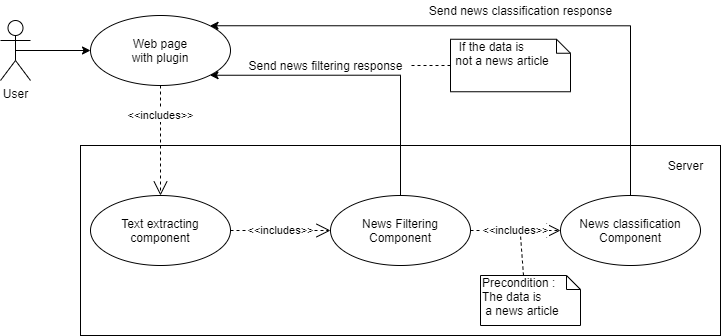
The draw.io diagram Diagrams/Fake news - use case diagram/Fake news - use case diagram.png in CDU55/FakeNews, before a commit. Source tidied: cells renumbered, new cells last; positions are measured from the earlier drawing's top-left corner, leaving out a move shared by most shapes. Its diagram source:
```xml
<mxGraphModel>
  <root>
    <mxCell id="0" />
    <mxCell id="1" parent="0" />
    <mxCell id="2" style="html=1;" parent="1" vertex="1">
      <mxGeometry x="80" y="145" width="640" height="190" as="geometry" />
    </mxCell>
    <mxCell id="3" value="User" style="shape=umlActor;verticalLabelPosition=bottom;verticalAlign=top;html=1;" parent="1" vertex="1">
      <mxGeometry y="20" width="30" height="60" as="geometry" />
    </mxCell>
    <mxCell id="4" style="endArrow=classic;html=1;entryX=0;entryY=0.5;entryDx=0;entryDy=0;exitX=0.5;exitY=0.5;exitDx=0;exitDy=0;exitPerimeter=0;" parent="1" edge="1" source="3" target="5">
      <mxGeometry relative="1" as="geometry" />
    </mxCell>
    <mxCell id="5" value="Web page&lt;br&gt;with plugin" style="ellipse;whiteSpace=wrap;html=1;" parent="1" vertex="1">
      <mxGeometry x="90" y="15" width="140" height="70" as="geometry" />
    </mxCell>
    <mxCell id="6" value="Text extracting component" style="ellipse;whiteSpace=wrap;html=1;" parent="1" vertex="1">
      <mxGeometry x="90" y="195" width="140" height="70" as="geometry" />
    </mxCell>
    <mxCell id="7" style="edgeStyle=orthogonalEdgeStyle;rounded=0;jettySize=auto;html=1;entryX=1;entryY=1;entryDx=0;entryDy=0;exitX=0.5;exitY=0;exitDx=0;exitDy=0;" parent="1" edge="1" source="8" target="5">
      <mxGeometry relative="1" as="geometry">
        <Array as="points">
          <mxPoint x="400" y="75" />
        </Array>
      </mxGeometry>
    </mxCell>
    <mxCell id="8" value="News Filtering&lt;br&gt;Component" style="ellipse;whiteSpace=wrap;html=1;" parent="1" vertex="1">
      <mxGeometry x="330" y="195" width="140" height="70" as="geometry" />
    </mxCell>
    <mxCell id="9" style="edgeStyle=orthogonalEdgeStyle;rounded=0;jettySize=auto;html=1;entryX=1;entryY=0;entryDx=0;entryDy=0;exitX=0.5;exitY=0;exitDx=0;exitDy=0;" parent="1" edge="1" source="10" target="5">
      <mxGeometry relative="1" as="geometry">
        <Array as="points">
          <mxPoint x="630" y="25" />
        </Array>
      </mxGeometry>
    </mxCell>
    <mxCell id="10" value="News classification&lt;br&gt;Component" style="ellipse;whiteSpace=wrap;html=1;" parent="1" vertex="1">
      <mxGeometry x="560" y="195" width="140" height="70" as="geometry" />
    </mxCell>
    <mxCell id="11" value="&amp;lt;&amp;lt;includes&amp;gt;&amp;gt;" style="endArrow=open;endSize=12;dashed=1;html=1;exitX=0.5;exitY=1;exitDx=0;exitDy=0;" parent="1" edge="1" source="5" target="6">
      <mxGeometry x="-0.45" relative="1" as="geometry" />
    </mxCell>
    <mxCell id="12" value="&amp;lt;&amp;lt;includes&amp;gt;&amp;gt;" style="endArrow=open;endSize=12;dashed=1;html=1;exitX=1;exitY=0.5;exitDx=0;exitDy=0;entryX=0;entryY=0.5;entryDx=0;entryDy=0;" parent="1" edge="1" source="6" target="8">
      <mxGeometry relative="1" as="geometry" />
    </mxCell>
    <mxCell id="13" value="&amp;lt;&amp;lt;includes&amp;gt;&amp;gt;" style="endArrow=open;endSize=12;dashed=1;html=1;exitX=1;exitY=0.5;exitDx=0;exitDy=0;entryX=0;entryY=0.5;entryDx=0;entryDy=0;" parent="1" edge="1" source="8" target="10">
      <mxGeometry relative="1" as="geometry" />
    </mxCell>
    <mxCell id="14" value="Server" style="text;html=1;align=center;verticalAlign=middle;" parent="1" vertex="1">
      <mxGeometry x="660" y="155" width="50" height="20" as="geometry" />
    </mxCell>
    <mxCell id="15" value="Send news classification response" style="text;html=1;align=center;verticalAlign=middle;" parent="1" vertex="1">
      <mxGeometry x="420" width="200" height="20" as="geometry" />
    </mxCell>
    <mxCell id="16" value="Send news filtering response" style="text;html=1;align=center;verticalAlign=middle;points=[];" parent="1" vertex="1">
      <mxGeometry x="240" y="55" width="170" height="20" as="geometry" />
    </mxCell>
    <mxCell id="17" value="Precondition :&amp;nbsp;&lt;br&gt;&lt;span style=&quot;text-align: center&quot;&gt;The data is&lt;/span&gt;&lt;br style=&quot;text-align: center&quot;&gt;&lt;span style=&quot;text-align: center&quot;&gt;&amp;nbsp;a news article&lt;/span&gt;" style="shape=note;whiteSpace=wrap;html=1;size=14;verticalAlign=top;align=left;spacingTop=-6;" parent="1" vertex="1">
      <mxGeometry x="480" y="275" width="100" height="50" as="geometry" />
    </mxCell>
    <mxCell id="18" style="endArrow=none;dashed=1;html=1;exitX=0;exitY=0;exitDx=43;exitDy=0;exitPerimeter=0;" parent="1" edge="1" source="17">
      <mxGeometry relative="1" as="geometry">
        <mxPoint x="520" y="235" as="targetPoint" />
      </mxGeometry>
    </mxCell>
    <mxCell id="19" value="&amp;nbsp; If the data is&lt;br&gt;&amp;nbsp;not a news article" style="shape=note;whiteSpace=wrap;html=1;size=14;verticalAlign=top;align=left;spacingTop=-6;" parent="1" vertex="1">
      <mxGeometry x="450" y="38.8" width="120" height="52.5" as="geometry" />
    </mxCell>
    <mxCell id="20" style="endArrow=none;dashed=1;html=1;exitX=0;exitY=0.5;exitDx=0;exitDy=0;exitPerimeter=0;" parent="1" edge="1" source="19" target="16">
      <mxGeometry relative="1" as="geometry" />
    </mxCell>
  </root>
</mxGraphModel>
```
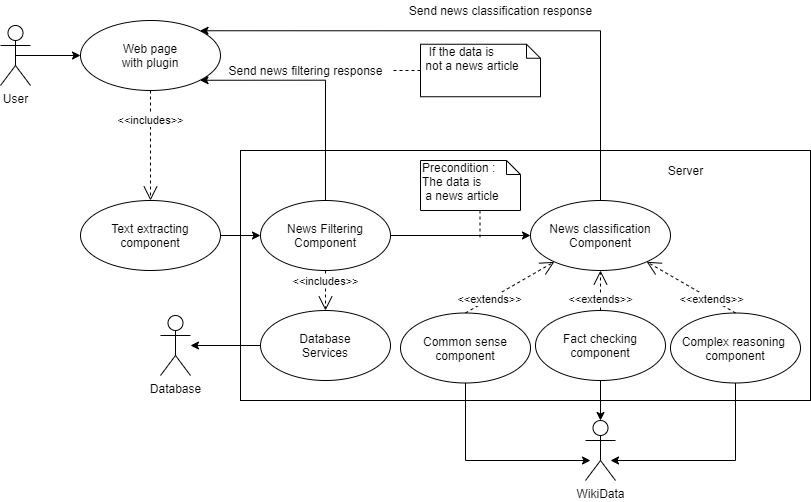
Later version of the same file.

Diff of the diagram source:
```diff
@@ -3,71 +3,124 @@
     <mxCell id="0" />
     <mxCell id="1" parent="0" />
     <mxCell id="2" style="html=1;" parent="1" vertex="1">
-      <mxGeometry x="80" y="145" width="640" height="190" as="geometry" />
+      <mxGeometry x="220" y="145" width="570" height="250" as="geometry" />
     </mxCell>
     <mxCell id="3" value="User" style="shape=umlActor;verticalLabelPosition=bottom;verticalAlign=top;html=1;" parent="1" vertex="1">
-      <mxGeometry y="20" width="30" height="60" as="geometry" />
+      <mxGeometry x="-20" y="20" width="30" height="60" as="geometry" />
     </mxCell>
     <mxCell id="4" style="endArrow=classic;html=1;entryX=0;entryY=0.5;entryDx=0;entryDy=0;exitX=0.5;exitY=0.5;exitDx=0;exitDy=0;exitPerimeter=0;" parent="1" edge="1" source="3" target="5">
       <mxGeometry relative="1" as="geometry" />
     </mxCell>
     <mxCell id="5" value="Web page&lt;br&gt;with plugin" style="ellipse;whiteSpace=wrap;html=1;" parent="1" vertex="1">
-      <mxGeometry x="90" y="15" width="140" height="70" as="geometry" />
+      <mxGeometry x="60" y="15" width="140" height="70" as="geometry" />
     </mxCell>
+    <mxCell id="12" style="edgeStyle=orthogonalEdgeStyle;rounded=0;jettySize=auto;html=1;" parent="1" edge="1" source="6" target="8">
+      <mxGeometry relative="1" as="geometry" />
+    </mxCell>
     <mxCell id="6" value="Text extracting component" style="ellipse;whiteSpace=wrap;html=1;" parent="1" vertex="1">
-      <mxGeometry x="90" y="195" width="140" height="70" as="geometry" />
+      <mxGeometry x="60" y="195" width="140" height="70" as="geometry" />
     </mxCell>
     <mxCell id="7" style="edgeStyle=orthogonalEdgeStyle;rounded=0;jettySize=auto;html=1;entryX=1;entryY=1;entryDx=0;entryDy=0;exitX=0.5;exitY=0;exitDx=0;exitDy=0;" parent="1" edge="1" source="8" target="5">
       <mxGeometry relative="1" as="geometry">
         <Array as="points">
-          <mxPoint x="400" y="75" />
+          <mxPoint x="305" y="75" />
         </Array>
       </mxGeometry>
     </mxCell>
+    <mxCell id="13" style="edgeStyle=orthogonalEdgeStyle;rounded=0;jettySize=auto;html=1;" parent="1" edge="1" source="8" target="10">
+      <mxGeometry relative="1" as="geometry" />
+    </mxCell>
     <mxCell id="8" value="News Filtering&lt;br&gt;Component" style="ellipse;whiteSpace=wrap;html=1;" parent="1" vertex="1">
-      <mxGeometry x="330" y="195" width="140" height="70" as="geometry" />
+      <mxGeometry x="240" y="195" width="130" height="70" as="geometry" />
     </mxCell>
     <mxCell id="9" style="edgeStyle=orthogonalEdgeStyle;rounded=0;jettySize=auto;html=1;entryX=1;entryY=0;entryDx=0;entryDy=0;exitX=0.5;exitY=0;exitDx=0;exitDy=0;" parent="1" edge="1" source="10" target="5">
       <mxGeometry relative="1" as="geometry">
         <Array as="points">
-          <mxPoint x="630" y="25" />
+          <mxPoint x="580" y="25" />
         </Array>
       </mxGeometry>
     </mxCell>
     <mxCell id="10" value="News classification&lt;br&gt;Component" style="ellipse;whiteSpace=wrap;html=1;" parent="1" vertex="1">
-      <mxGeometry x="560" y="195" width="140" height="70" as="geometry" />
+      <mxGeometry x="510" y="195" width="140" height="70" as="geometry" />
     </mxCell>
     <mxCell id="11" value="&amp;lt;&amp;lt;includes&amp;gt;&amp;gt;" style="endArrow=open;endSize=12;dashed=1;html=1;exitX=0.5;exitY=1;exitDx=0;exitDy=0;" parent="1" edge="1" source="5" target="6">
       <mxGeometry x="-0.45" relative="1" as="geometry" />
     </mxCell>
-    <mxCell id="12" value="&amp;lt;&amp;lt;includes&amp;gt;&amp;gt;" style="endArrow=open;endSize=12;dashed=1;html=1;exitX=1;exitY=0.5;exitDx=0;exitDy=0;entryX=0;entryY=0.5;entryDx=0;entryDy=0;" parent="1" edge="1" source="6" target="8">
-      <mxGeometry relative="1" as="geometry" />
-    </mxCell>
-    <mxCell id="13" value="&amp;lt;&amp;lt;includes&amp;gt;&amp;gt;" style="endArrow=open;endSize=12;dashed=1;html=1;exitX=1;exitY=0.5;exitDx=0;exitDy=0;entryX=0;entryY=0.5;entryDx=0;entryDy=0;" parent="1" edge="1" source="8" target="10">
-      <mxGeometry relative="1" as="geometry" />
-    </mxCell>
     <mxCell id="14" value="Server" style="text;html=1;align=center;verticalAlign=middle;" parent="1" vertex="1">
-      <mxGeometry x="660" y="155" width="50" height="20" as="geometry" />
+      <mxGeometry x="640" y="155" width="50" height="20" as="geometry" />
     </mxCell>
     <mxCell id="15" value="Send news classification response" style="text;html=1;align=center;verticalAlign=middle;" parent="1" vertex="1">
-      <mxGeometry x="420" width="200" height="20" as="geometry" />
+      <mxGeometry x="380" y="-5" width="200" height="20" as="geometry" />
     </mxCell>
     <mxCell id="16" value="Send news filtering response" style="text;html=1;align=center;verticalAlign=middle;points=[];" parent="1" vertex="1">
-      <mxGeometry x="240" y="55" width="170" height="20" as="geometry" />
+      <mxGeometry x="200" y="55" width="170" height="20" as="geometry" />
     </mxCell>
     <mxCell id="17" value="Precondition :&amp;nbsp;&lt;br&gt;&lt;span style=&quot;text-align: center&quot;&gt;The data is&lt;/span&gt;&lt;br style=&quot;text-align: center&quot;&gt;&lt;span style=&quot;text-align: center&quot;&gt;&amp;nbsp;a news article&lt;/span&gt;" style="shape=note;whiteSpace=wrap;html=1;size=14;verticalAlign=top;align=left;spacingTop=-6;" parent="1" vertex="1">
-      <mxGeometry x="480" y="275" width="100" height="50" as="geometry" />
+      <mxGeometry x="400" y="155" width="100" height="50" as="geometry" />
     </mxCell>
-    <mxCell id="18" style="endArrow=none;dashed=1;html=1;exitX=0;exitY=0;exitDx=43;exitDy=0;exitPerimeter=0;" parent="1" edge="1" source="17">
+    <mxCell id="18" style="endArrow=none;dashed=1;html=1;" parent="1" edge="1">
       <mxGeometry relative="1" as="geometry">
-        <mxPoint x="520" y="235" as="targetPoint" />
+        <mxPoint x="459.5" y="205" as="sourcePoint" />
+        <mxPoint x="459.5" y="235" as="targetPoint" />
       </mxGeometry>
     </mxCell>
     <mxCell id="19" value="&amp;nbsp; If the data is&lt;br&gt;&amp;nbsp;not a news article" style="shape=note;whiteSpace=wrap;html=1;size=14;verticalAlign=top;align=left;spacingTop=-6;" parent="1" vertex="1">
-      <mxGeometry x="450" y="38.8" width="120" height="52.5" as="geometry" />
+      <mxGeometry x="400" y="38.8" width="120" height="52.5" as="geometry" />
     </mxCell>
     <mxCell id="20" style="endArrow=none;dashed=1;html=1;exitX=0;exitY=0.5;exitDx=0;exitDy=0;exitPerimeter=0;" parent="1" edge="1" source="19" target="16">
       <mxGeometry relative="1" as="geometry" />
     </mxCell>
+    <mxCell id="21" value="Database" style="shape=umlActor;verticalLabelPosition=bottom;verticalAlign=top;html=1;outlineConnect=0;" parent="1" vertex="1">
+      <mxGeometry x="140" y="310" width="30" height="60" as="geometry" />
+    </mxCell>
+    <mxCell id="22" value="&amp;lt;&amp;lt;includes&amp;gt;&amp;gt;" style="endArrow=open;endSize=12;dashed=1;html=1;exitX=0.5;exitY=1;exitDx=0;exitDy=0;entryX=0.5;entryY=0;entryDx=0;entryDy=0;" parent="1" edge="1" source="8" target="24">
+      <mxGeometry x="-0.45" relative="1" as="geometry" />
+    </mxCell>
+    <mxCell id="23" style="edgeStyle=orthogonalEdgeStyle;rounded=0;jettySize=auto;html=1;exitX=0;exitY=0.5;exitDx=0;exitDy=0;" parent="1" edge="1" source="24" target="21">
+      <mxGeometry relative="1" as="geometry" />
+    </mxCell>
+    <mxCell id="24" value="Database&lt;br&gt;Services" style="ellipse;whiteSpace=wrap;html=1;" parent="1" vertex="1">
+      <mxGeometry x="240" y="305" width="130" height="70" as="geometry" />
+    </mxCell>
+    <mxCell id="25" value="WikiData" style="shape=umlActor;verticalLabelPosition=bottom;verticalAlign=top;html=1;outlineConnect=0;" parent="1" vertex="1">
+      <mxGeometry x="565" y="415" width="30" height="60" as="geometry" />
+    </mxCell>
+    <mxCell id="26" style="edgeStyle=orthogonalEdgeStyle;rounded=0;jettySize=auto;html=1;exitX=0.5;exitY=1;exitDx=0;exitDy=0;" parent="1" edge="1" source="27">
+      <mxGeometry relative="1" as="geometry">
+        <mxPoint x="570" y="455" as="targetPoint" />
+        <Array as="points">
+          <mxPoint x="445" y="455" />
+        </Array>
+      </mxGeometry>
+    </mxCell>
+    <mxCell id="27" value="Common sense&lt;br&gt;component" style="ellipse;whiteSpace=wrap;html=1;" parent="1" vertex="1">
+      <mxGeometry x="380" y="307.5" width="130" height="70" as="geometry" />
+    </mxCell>
+    <mxCell id="28" style="edgeStyle=orthogonalEdgeStyle;rounded=0;jettySize=auto;html=1;exitX=0.5;exitY=1;exitDx=0;exitDy=0;entryX=0.5;entryY=0;entryDx=0;entryDy=0;entryPerimeter=0;" parent="1" edge="1" source="29" target="25">
+      <mxGeometry relative="1" as="geometry" />
+    </mxCell>
+    <mxCell id="29" value="Fact checking&lt;br&gt;component" style="ellipse;whiteSpace=wrap;html=1;" parent="1" vertex="1">
+      <mxGeometry x="515" y="305" width="130" height="70" as="geometry" />
+    </mxCell>
+    <mxCell id="30" style="edgeStyle=orthogonalEdgeStyle;rounded=0;jettySize=auto;html=1;exitX=0.5;exitY=1;exitDx=0;exitDy=0;" parent="1" edge="1" source="31">
+      <mxGeometry relative="1" as="geometry">
+        <mxPoint x="590" y="455" as="targetPoint" />
+        <Array as="points">
+          <mxPoint x="715" y="455" />
+        </Array>
+      </mxGeometry>
+    </mxCell>
+    <mxCell id="31" value="Complex reasoning&amp;nbsp;&lt;br&gt;component" style="ellipse;whiteSpace=wrap;html=1;" parent="1" vertex="1">
+      <mxGeometry x="650" y="307.5" width="130" height="70" as="geometry" />
+    </mxCell>
+    <mxCell id="32" value="&amp;lt;&amp;lt;extends&amp;gt;&amp;gt;" style="endArrow=open;endSize=12;dashed=1;html=1;exitX=0.5;exitY=0;exitDx=0;exitDy=0;" parent="1" edge="1" source="27" target="10">
+      <mxGeometry x="-0.45" relative="1" as="geometry" />
+    </mxCell>
+    <mxCell id="33" value="&amp;lt;&amp;lt;extends&amp;gt;&amp;gt;" style="endArrow=open;endSize=12;dashed=1;html=1;exitX=0.5;exitY=0;exitDx=0;exitDy=0;entryX=0.5;entryY=1;entryDx=0;entryDy=0;" parent="1" edge="1" source="29" target="10">
+      <mxGeometry x="-0.45" relative="1" as="geometry" />
+    </mxCell>
+    <mxCell id="34" value="&amp;lt;&amp;lt;extends&amp;gt;&amp;gt;" style="endArrow=open;endSize=12;dashed=1;html=1;exitX=0.5;exitY=0;exitDx=0;exitDy=0;" parent="1" edge="1" source="31" target="10">
+      <mxGeometry x="-0.45" relative="1" as="geometry" />
+    </mxCell>
   </root>
 </mxGraphModel>
```
